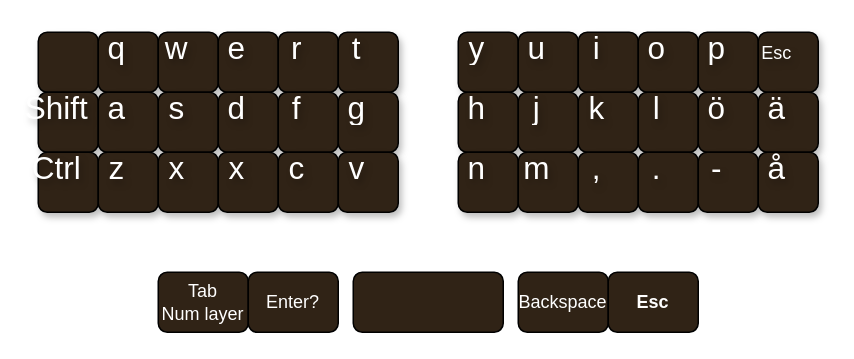
The draw.io diagram layout.drawio in jpluomajoki/reviung41-zmk-config, before the edit. Source tidied: cells renumbered, new cells numbered last; positions are measured from the earlier drawing's top-left corner, leaving out a move shared by most shapes. Both pictures are drawn from the tidied source at 150%, with x=0, y=0 at pixel (38, 32).
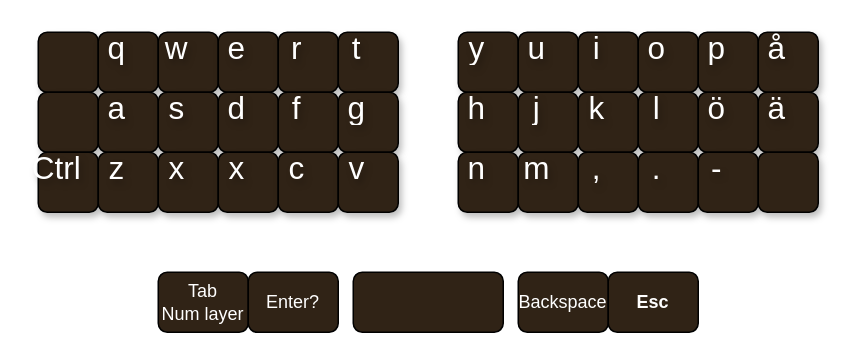
The same diagram, later.

What changed in the source:
```diff
@@
-    <mxCell id="8" value="Shift" style="whiteSpace=wrap;html=1;fillColor=#302316;perimeterSpacing=0;rounded=1;shadow=1;textShadow=1;fontSize=21;labelPosition=center;verticalLabelPosition=middle;align=center;verticalAlign=middle;spacingLeft=-15;spacingTop=-20;spacing=0;fontColor=#FFFFFF;" parent="1" vertex="1">
+    <mxCell id="8" value="&lt;div&gt;&lt;br&gt;&lt;/div&gt;" style="whiteSpace=wrap;html=1;fillColor=#302316;perimeterSpacing=0;rounded=1;shadow=1;textShadow=1;fontSize=21;labelPosition=center;verticalLabelPosition=middle;align=center;verticalAlign=middle;spacingLeft=-15;spacingTop=-20;spacing=0;fontColor=#FFFFFF;" parent="1" vertex="1">
       <mxGeometry y="40" width="40" height="40" as="geometry" />
     </mxCell>
@@
-    <mxCell id="25" value="&lt;font style=&quot;font-size: 12px;&quot;&gt;Esc&lt;/font&gt;" style="whiteSpace=wrap;html=1;fillColor=#302316;perimeterSpacing=0;rounded=1;shadow=1;textShadow=1;fontSize=21;labelPosition=center;verticalLabelPosition=middle;align=center;verticalAlign=middle;spacingLeft=-15;spacingTop=-20;spacing=0;fontColor=#FFFFFF;" parent="1" vertex="1">
+    <mxCell id="25" value="å" style="whiteSpace=wrap;html=1;fillColor=#302316;perimeterSpacing=0;rounded=1;shadow=1;textShadow=1;fontSize=21;labelPosition=center;verticalLabelPosition=middle;align=center;verticalAlign=middle;spacingLeft=-15;spacingTop=-20;spacing=0;fontColor=#FFFFFF;" parent="1" vertex="1">
       <mxGeometry x="480" width="40" height="40" as="geometry" />
     </mxCell>
@@
-    <mxCell id="37" value="&lt;font&gt;å&lt;/font&gt;" style="whiteSpace=wrap;html=1;fillColor=#302316;perimeterSpacing=0;rounded=1;shadow=1;textShadow=1;fontSize=21;labelPosition=center;verticalLabelPosition=middle;align=center;verticalAlign=middle;spacingLeft=-15;spacingTop=-20;spacing=0;fontColor=#FFFFFF;" parent="1" vertex="1">
+    <mxCell id="37" style="whiteSpace=wrap;html=1;fillColor=#302316;perimeterSpacing=0;rounded=1;shadow=1;textShadow=1;fontSize=21;labelPosition=center;verticalLabelPosition=middle;align=center;verticalAlign=middle;spacingLeft=-15;spacingTop=-20;spacing=0;fontColor=#FFFFFF;" parent="1" vertex="1">
       <mxGeometry x="480" y="80" width="40" height="40" as="geometry" />
     </mxCell>
```
